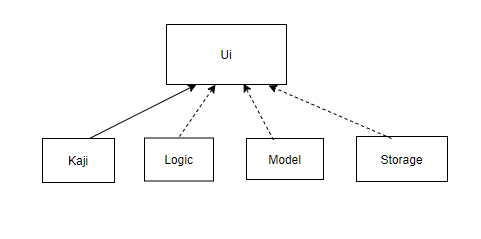
Above: docs/DG_Images/ui_component.PNG in nus-cs2113-AY2021S1/tp (PlantUML), before the change. Its source is kept beside it as docs/UML/ui_component.puml.
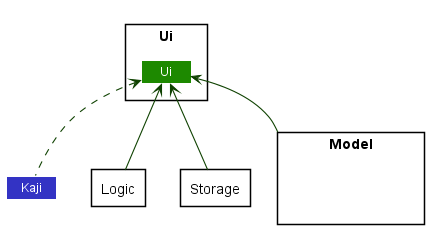
The same file after the commit.

Commit message:
Update UI class diagram

What changed in the source:
```diff
@@ -4,31 +4,28 @@
 skinparam arrowColor UI_COLOR_T4
 skinparam classBackgroundColor UI_COLOR
 
-Class Kaji
+Class Kaji LOGIC_COLOR
 
 package Model <<Rectangle>> {
-Class HiddenModel MODEL_COLOR
+Class HiddenModel #FFFFFF
 }
 
 package Logic <<Rectangle>> {
-Class HiddenLogic LOGIC_COLOR
+Class HiddenModel #FFFFFF
 }
 
 package Storage <<Rectangle>> {
-Class HiddenLogic STORAGE_COLOR
+Class HiddenModel #FFFFFF
 }
 
 package Ui <<Rectangle>> {
-Class HiddenLogic UI_COLOR
+Class Ui UI_COLOR
 }
 
-Class HiddenOutside #FFFFFF
-HiddenOutside ..> Ui
-
+Kaji .up.> Ui
 Model -up-> Ui
 Storage -up-> Ui
 Logic -up-> Ui
-Kaji .up.> Ui
 
 Storage -[hidden]left- Model
 Model -[hidden]left- Logic
```
